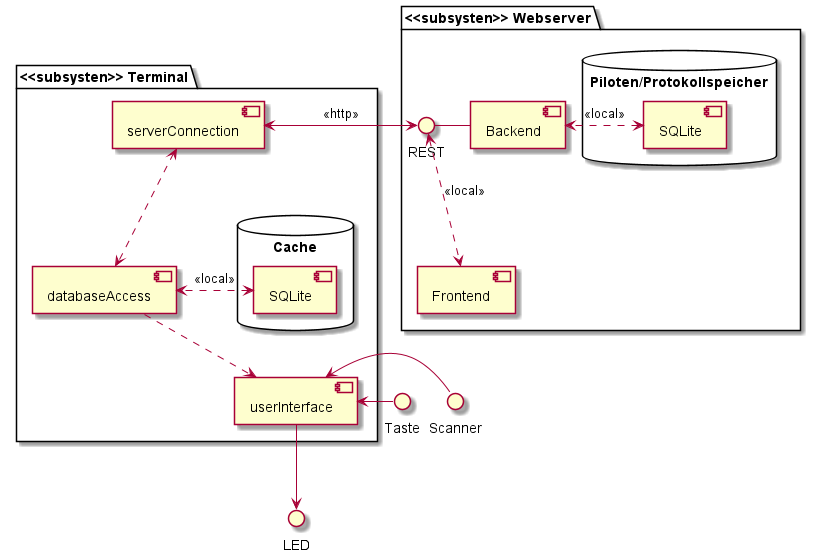
Before: docs/architecture/images/Component_Diagram/component_diagram.png, a diagram exported from PlantUML (Lernni/E2-Anwesenheitserfassung-fuer-Modellflugplatz).
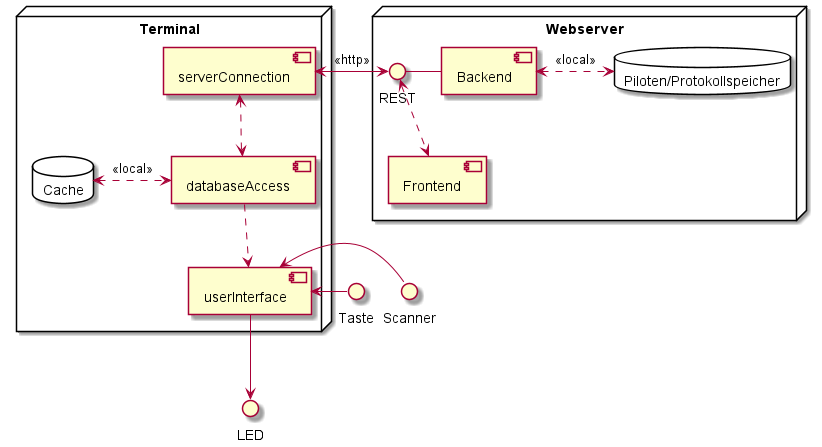
Above is the later version.

Commit message:
Anpassung Komponentendiagramm

Change to the diagram source:
```diff
@@ -1,10 +1,9 @@
 @startuml component_diagram
 
-package "<<subsysten>> Terminal" {
+node "Terminal" {
     [databaseAccess] ..> [userInterface]
     [serverConnection] <..> [databaseAccess]
-    database "Cache" {
-        [SQLite] as db1
+    database "Cache" as db1 {
     }
     db1 <.> [databaseAccess] : <<local>>
 }
@@ -13,13 +12,15 @@
 Taste -> [userInterface]
 [userInterface] <- Scanner
 
-package "<<subsysten>> Webserver" {
+node "Webserver" {
+    REST <..> [Frontend]
     REST - [Backend]
-    REST <..> [Frontend]  : <<local>>
-    database "Piloten/Protokollspeicher" {
-        [SQLite] as db2
+    database "Piloten/Protokollspeicher" as db2 {
     }
-    db2 <.> [Backend]  : <<local>>
+    [Backend] <.> db2  : <<local>>
+
+
+
 
 }
 
```
